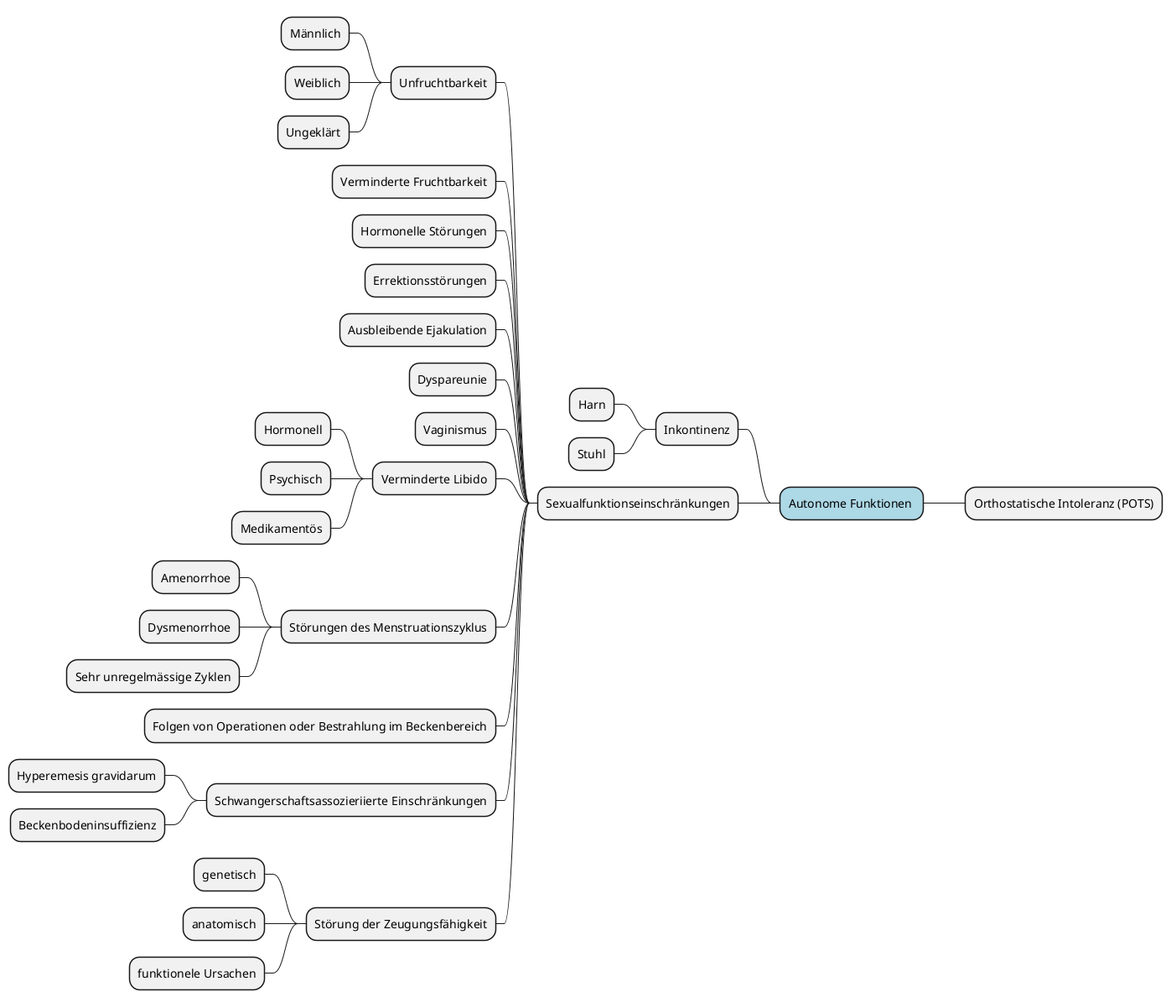
marcgauch/Masterarbeit-Daten keeps this PlantUML diagram as mindmap/generated/physical-subcategories/mindmap-physical-autonome-funktionen.png. Above is the earlier version.
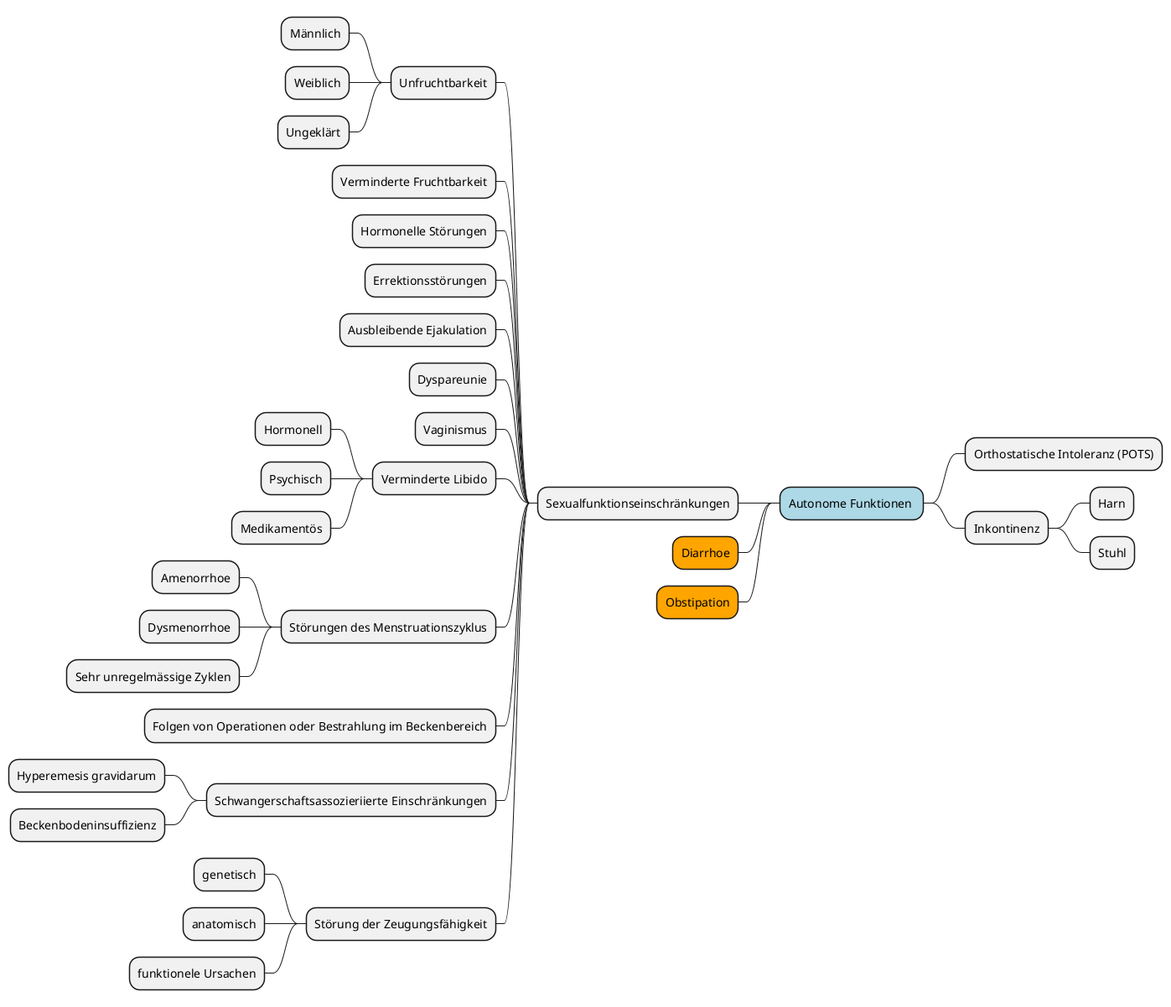
The same diagram one commit later.

Commit message:
ADDED: Mindmap more conditions

Diff of the diagram source:
```diff
@@ -12,10 +12,10 @@
 
 * Autonome Funktionen <<root>>
 	* Orthostatische Intoleranz (POTS)
-left side
 	* Inkontinenz
 		* Harn
 		* Stuhl
+left side
 	* Sexualfunktionseinschränkungen
 		* Unfruchtbarkeit
 			* Männlich
@@ -43,4 +43,6 @@
 			* genetisch
 			* anatomisch
 			* funktionele Ursachen
+	* Diarrhoe<<orange>>
+	* Obstipation<<orange>>
 @endmindmap
```
